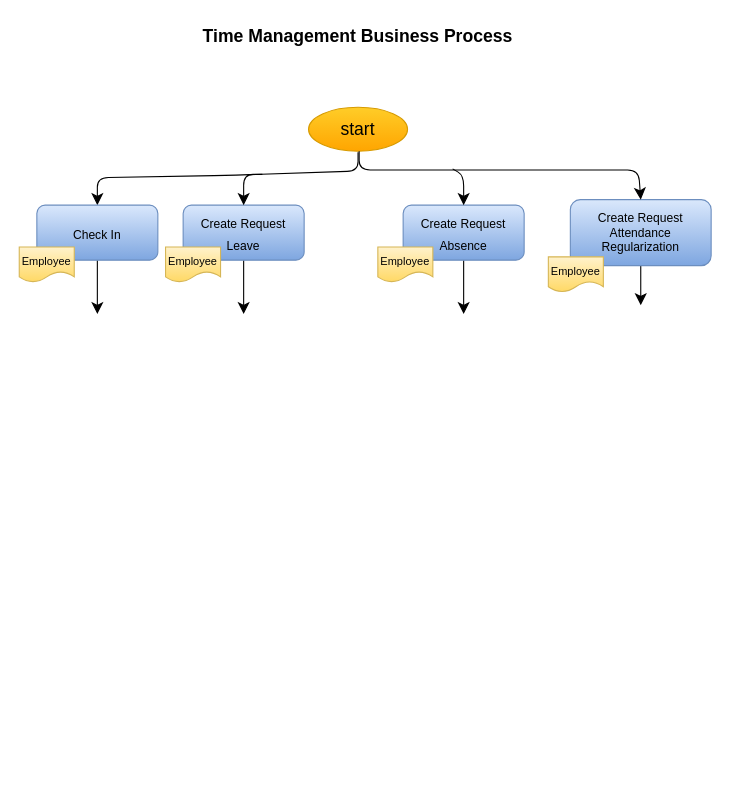
jezreelkosasih/diagram keeps this draw.io diagram as TimeManagement.drawio. Above is the earlier version. Source tidied: cells renumbered, new cells numbered last; positions are measured from the earlier drawing's top-left corner, leaving out a move shared by most shapes. Both pictures are drawn from the tidied source at 110%, with x=0, y=0 at pixel (19, 19).
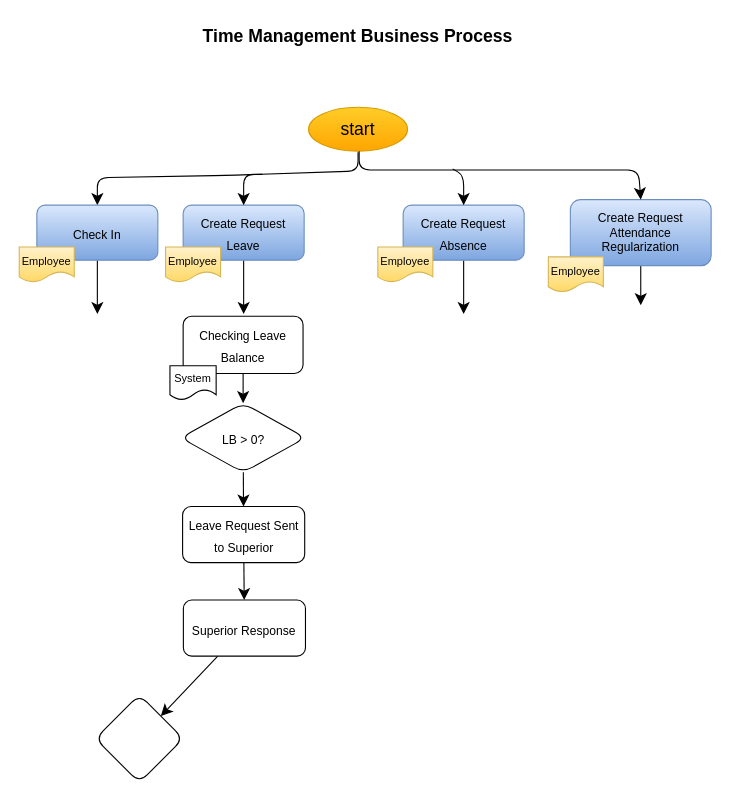
Above is the later version.

What changed in the source:
```diff
@@
+    <mxCell id="20" style="edgeStyle=none;curved=1;rounded=0;jettySize=auto;html=1;fontSize=12;startSize=8;endSize=8;" parent="1" edge="1" source="21" target="24">
+      <mxGeometry relative="1" as="geometry" />
+    </mxCell>
+    <mxCell id="21" value="&lt;font style=&quot;font-size: 11px;&quot;&gt;Checking Leave Balance&lt;/font&gt;" style="rounded=1;whiteSpace=wrap;html=1;fontSize=16;" parent="1" vertex="1">
+      <mxGeometry x="149" y="270" width="109" height="52" as="geometry" />
+    </mxCell>
+    <mxCell id="22" value="&lt;font style=&quot;font-size: 10px;&quot;&gt;System&lt;/font&gt;" style="shape=document;whiteSpace=wrap;html=1;boundedLbl=1;fontSize=10;" parent="1" vertex="1">
+      <mxGeometry x="137" y="315" width="42" height="31" as="geometry" />
+    </mxCell>
+    <mxCell id="23" style="edgeStyle=none;curved=1;rounded=0;jettySize=auto;html=1;fontSize=12;startSize=8;endSize=8;" parent="1" edge="1" source="24" target="26">
+      <mxGeometry relative="1" as="geometry" />
+    </mxCell>
+    <mxCell id="24" value="&lt;font style=&quot;font-size: 11px;&quot;&gt;LB &amp;gt; 0?&lt;/font&gt;" style="rhombus;whiteSpace=wrap;html=1;fontSize=16;rounded=1;" parent="1" vertex="1">
+      <mxGeometry x="146.8" y="349" width="113.5" height="63" as="geometry" />
+    </mxCell>
+    <mxCell id="25" style="edgeStyle=none;curved=1;rounded=0;jettySize=auto;html=1;fontSize=12;startSize=8;endSize=8;" parent="1" edge="1" source="26" target="28">
+      <mxGeometry relative="1" as="geometry" />
+    </mxCell>
+    <mxCell id="26" value="&lt;font style=&quot;font-size: 11px;&quot;&gt;Leave Request Sent to Superior&lt;/font&gt;" style="whiteSpace=wrap;html=1;fontSize=16;rounded=1;" parent="1" vertex="1">
+      <mxGeometry x="148.5" y="443" width="111" height="51" as="geometry" />
+    </mxCell>
+    <mxCell id="27" style="edgeStyle=none;curved=1;rounded=0;jettySize=auto;html=1;fontSize=12;startSize=8;endSize=8;" parent="1" edge="1" source="28" target="29">
+      <mxGeometry relative="1" as="geometry" />
+    </mxCell>
+    <mxCell id="28" value="&lt;span style=&quot;font-size: 11px;&quot;&gt;Superior Response&lt;/span&gt;" style="whiteSpace=wrap;html=1;fontSize=16;rounded=1;" parent="1" vertex="1">
+      <mxGeometry x="149.2" y="528" width="111" height="51" as="geometry" />
+    </mxCell>
+    <mxCell id="29" style="rhombus;whiteSpace=wrap;html=1;fontSize=16;rounded=1;" parent="1" vertex="1">
+      <mxGeometry x="69.2" y="614" width="80" height="80" as="geometry" />
+    </mxCell>
```
